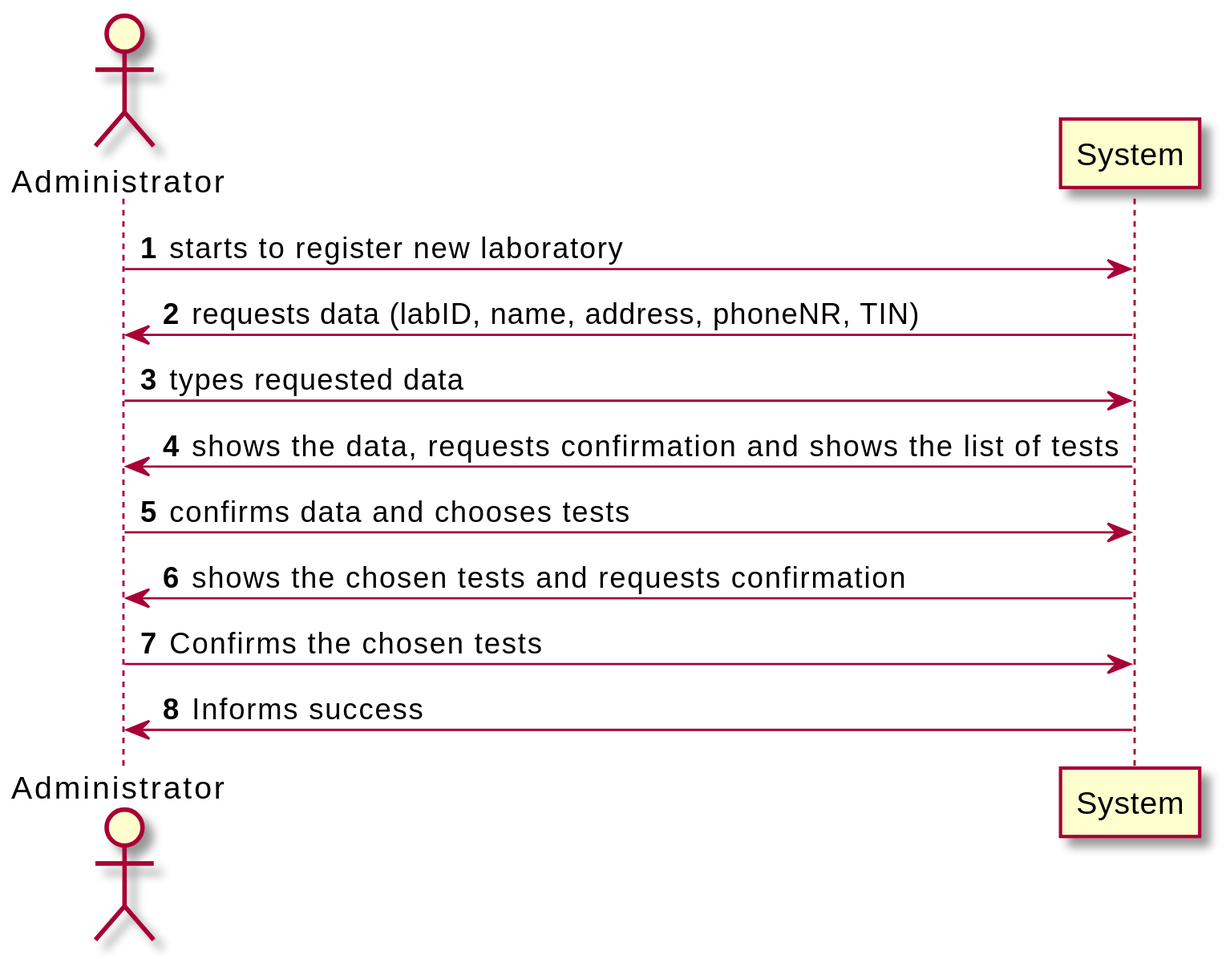
Before: docs/SprintB/US8/US8_SSD.svg, a diagram exported from PlantUML (jsmarques98/LAPR2-ISEP).
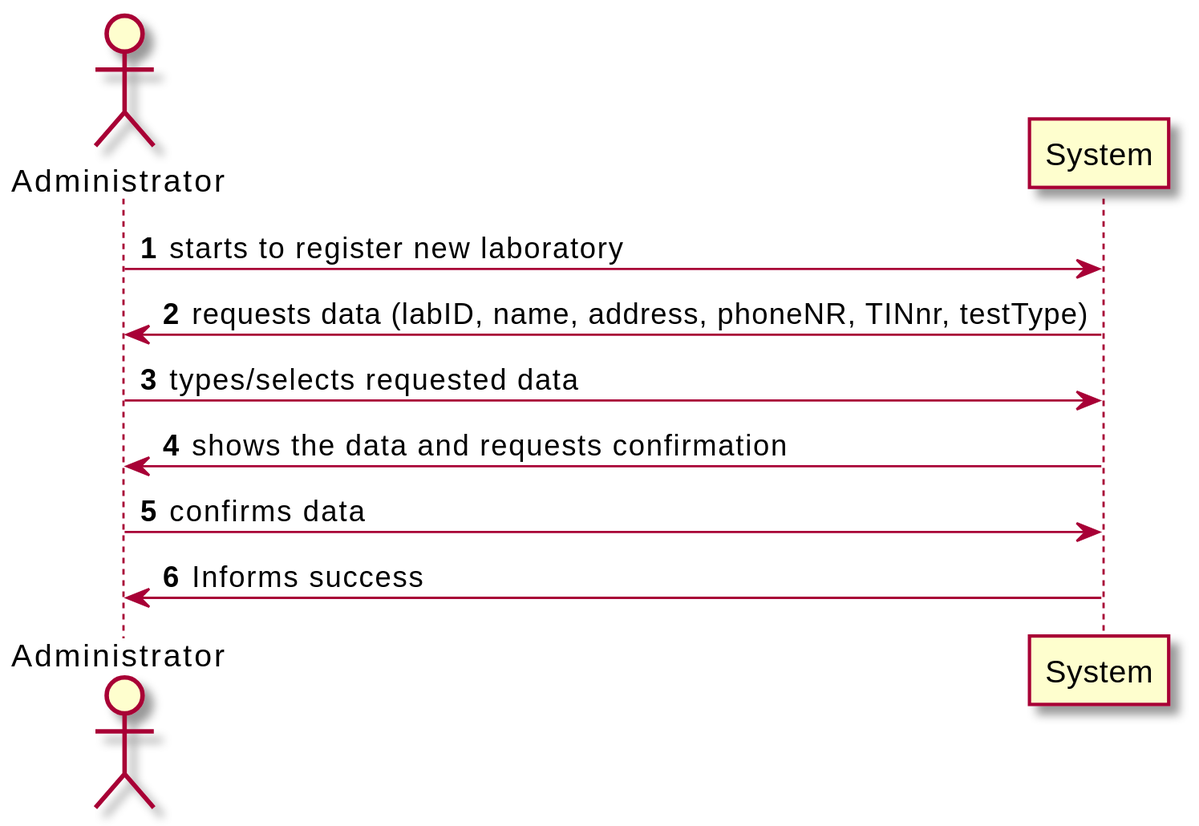
The same diagram one commit later.

Commit message:
Correction ssd us8

The edit, as a diff of the source:
```diff
@@ -1,18 +1,14 @@
 @startuml
-
 autonumber
 
 actor  "Administrator" as Admin
 
 Admin -> System: starts to register new laboratory
-System -> Admin: requests data (labID, name, address, phoneNR, TIN)
+System -> Admin: requests data (labID, name, address, phoneNR, TINnr, testType)
 
-Admin -> System: types requested data
-System -> Admin: shows the data, requests confirmation and shows the list of tests
+Admin -> System: types/selects requested data
+System  -> Admin: shows the data and requests confirmation
 
-Admin -> System: confirms data and chooses tests
-System -> Admin: shows the chosen tests and requests confirmation
-
-Admin -> System: Confirms the chosen tests
+Admin -> System: confirms data
 System -> Admin: Informs success
 @enduml
```
